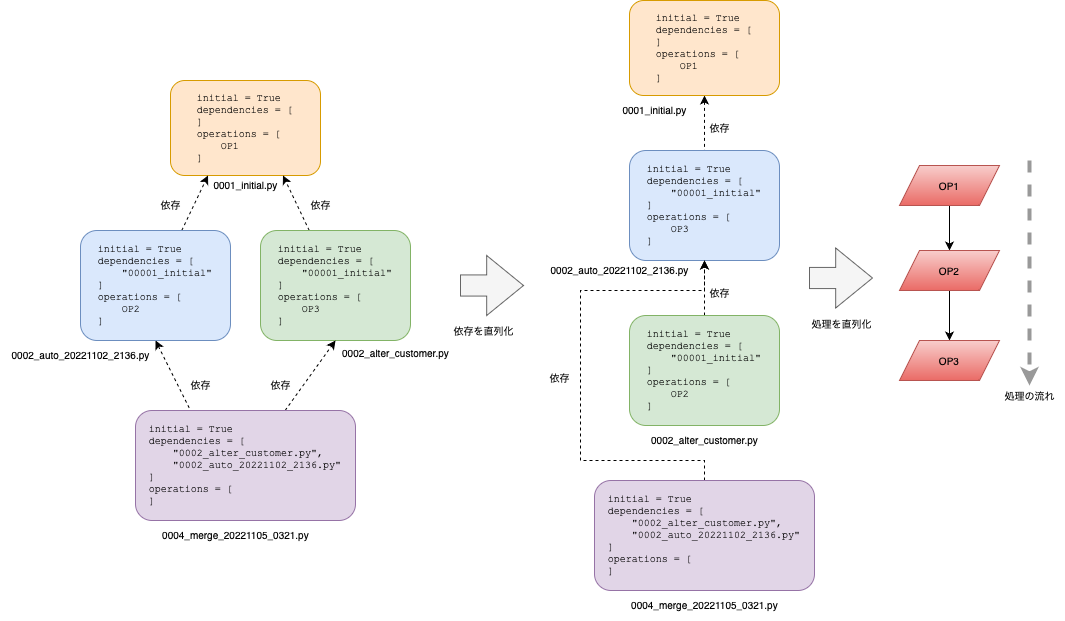
Above: resume/serialize-dependencies.png in yamaneko1212/django-migration-tutorial (draw.io), before the change. Source tidied: cells renumbered, new cells last; positions are measured from the earlier drawing's top-left corner, leaving out a move shared by most shapes.
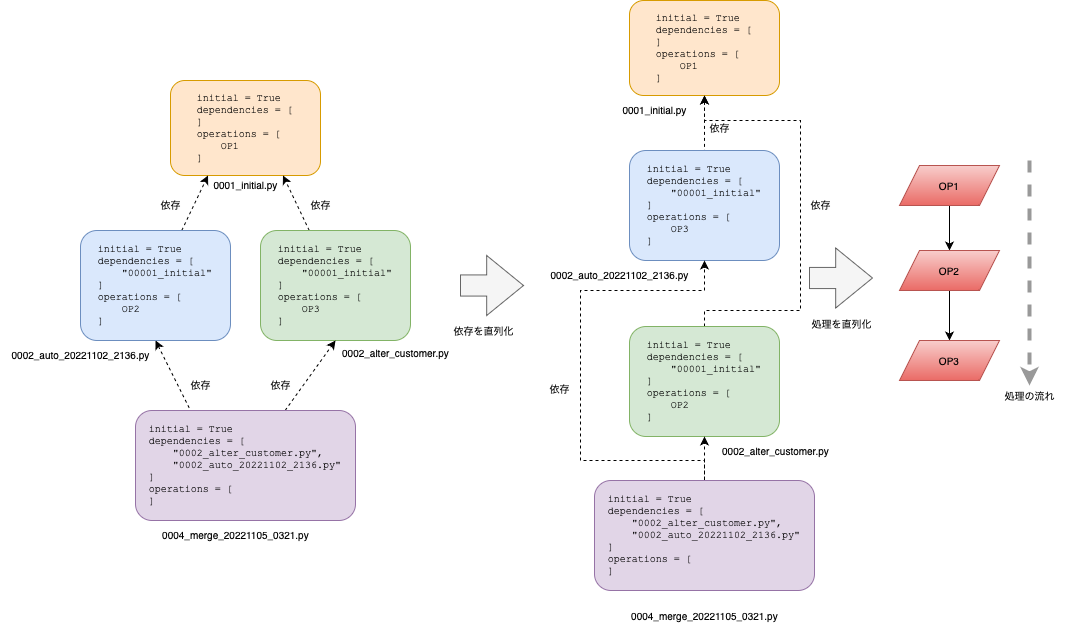
The same diagram one commit later.

Commit message:
画像の誤りを修正

What changed in the source:
```diff
@@ -63,16 +63,23 @@
       <mxGeometry x="629" y="150" width="150" height="110" as="geometry" />
     </mxCell>
     <mxCell id="22" value="&lt;font face=&quot;Helvetica&quot;&gt;0002_auto_20221102_2136.py&lt;/font&gt;" style="text;html=1;align=center;verticalAlign=middle;fillColor=none;strokeColor=none;rounded=0;fontFamily=Courier New;fontSize=10;" parent="1" vertex="1">
-      <mxGeometry x="539" y="255" width="160" height="30" as="geometry" />
+      <mxGeometry x="539" y="259.5" width="160" height="30" as="geometry" />
     </mxCell>
-    <mxCell id="23" style="edgeStyle=none;rounded=0;jettySize=auto;html=1;entryX=0.5;entryY=1;entryDx=0;entryDy=0;dashed=1;fontFamily=Helvetica;fontSize=10;startArrow=none;startFill=0;endArrow=classic;endFill=1;" parent="1" edge="1" source="24" target="21">
-      <mxGeometry relative="1" as="geometry" />
+    <mxCell id="23" style="edgeStyle=orthogonalEdgeStyle;rounded=0;jettySize=auto;html=1;entryX=0.5;entryY=1;entryDx=0;entryDy=0;dashed=1;fontFamily=Helvetica;fontSize=10;startArrow=none;startFill=0;endArrow=classic;endFill=1;" parent="1" edge="1" source="24" target="19">
+      <mxGeometry relative="1" as="geometry">
+        <Array as="points">
+          <mxPoint x="704" y="310" />
+          <mxPoint x="800" y="310" />
+          <mxPoint x="800" y="120" />
+          <mxPoint x="704" y="120" />
+        </Array>
+      </mxGeometry>
     </mxCell>
     <mxCell id="24" value="&lt;div style=&quot;text-align: left;&quot;&gt;initial = True&lt;/div&gt;&lt;div style=&quot;text-align: left;&quot;&gt;dependencies = [&lt;/div&gt;&lt;div style=&quot;text-align: left;&quot;&gt;&amp;nbsp; &amp;nbsp; &quot;00001_initial&quot;&lt;/div&gt;&lt;div style=&quot;text-align: left;&quot;&gt;]&lt;/div&gt;&lt;div style=&quot;text-align: left;&quot;&gt;operations = [&lt;/div&gt;&lt;div style=&quot;text-align: left;&quot;&gt;&amp;nbsp; &amp;nbsp; OP2&lt;/div&gt;&lt;div style=&quot;text-align: left;&quot;&gt;]&lt;/div&gt;" style="rounded=1;whiteSpace=wrap;html=1;fontFamily=Courier New;fontSize=10;fillColor=#d5e8d4;strokeColor=#82b366;" parent="1" vertex="1">
-      <mxGeometry x="629" y="315" width="150" height="110" as="geometry" />
+      <mxGeometry x="629" y="326" width="150" height="110" as="geometry" />
     </mxCell>
     <mxCell id="25" value="&lt;span style=&quot;font-family: Helvetica;&quot;&gt;0002_alter_customer.py&lt;/span&gt;" style="text;html=1;align=center;verticalAlign=middle;fillColor=none;strokeColor=none;rounded=0;fontFamily=Courier New;fontSize=10;" parent="1" vertex="1">
-      <mxGeometry x="639" y="425" width="130" height="30" as="geometry" />
+      <mxGeometry x="710" y="436" width="130" height="30" as="geometry" />
     </mxCell>
     <mxCell id="26" style="edgeStyle=orthogonalEdgeStyle;rounded=0;jettySize=auto;html=1;entryX=0.5;entryY=1;entryDx=0;entryDy=0;dashed=1;fontFamily=Helvetica;fontSize=10;startArrow=none;startFill=0;endArrow=classic;endFill=1;" parent="1" edge="1" source="27" target="21">
       <mxGeometry relative="1" as="geometry">
@@ -84,11 +91,16 @@
         </Array>
       </mxGeometry>
     </mxCell>
+    <mxCell id="43" style="edgeStyle=orthogonalEdgeStyle;rounded=0;jettySize=auto;html=1;entryX=0.5;entryY=1;entryDx=0;entryDy=0;dashed=1;" parent="1" edge="1" target="24">
+      <mxGeometry relative="1" as="geometry">
+        <mxPoint x="704" y="491" as="sourcePoint" />
+      </mxGeometry>
+    </mxCell>
     <mxCell id="27" value="&lt;div style=&quot;text-align: left;&quot;&gt;initial = True&lt;/div&gt;&lt;div style=&quot;text-align: left;&quot;&gt;dependencies = [&lt;/div&gt;&lt;div style=&quot;text-align: left;&quot;&gt;&amp;nbsp; &amp;nbsp; &quot;0002_alter_customer.py&quot;,&lt;/div&gt;&lt;div style=&quot;text-align: left;&quot;&gt;&amp;nbsp; &amp;nbsp; &quot;0002_auto_20221102_2136.py&quot;&lt;/div&gt;&lt;div style=&quot;text-align: left;&quot;&gt;]&lt;/div&gt;&lt;div style=&quot;text-align: left;&quot;&gt;operations = [&lt;/div&gt;&lt;div style=&quot;text-align: left;&quot;&gt;]&lt;/div&gt;" style="rounded=1;whiteSpace=wrap;html=1;fontFamily=Courier New;fontSize=10;fillColor=#e1d5e7;strokeColor=#9673a6;" parent="1" vertex="1">
       <mxGeometry x="594" y="480" width="220" height="110" as="geometry" />
     </mxCell>
     <mxCell id="28" value="&lt;span style=&quot;font-family: Helvetica;&quot;&gt;0004_merge_20221105_0321.py&lt;/span&gt;" style="text;html=1;align=center;verticalAlign=middle;fillColor=none;strokeColor=none;rounded=0;fontFamily=Courier New;fontSize=10;" parent="1" vertex="1">
-      <mxGeometry x="619" y="590" width="170" height="30" as="geometry" />
+      <mxGeometry x="619" y="601" width="170" height="30" as="geometry" />
     </mxCell>
     <mxCell id="29" style="shape=singleArrow;whiteSpace=wrap;html=1;fontFamily=Helvetica;fontSize=10;arrowWidth=0.35238095238095185;arrowSize=0.5844155844155842;fillColor=#f5f5f5;fontColor=#333333;strokeColor=#666666;" parent="1" vertex="1">
       <mxGeometry x="460" y="255" width="63" height="60" as="geometry" />
@@ -118,10 +130,10 @@
       <mxGeometry x="899" y="340" width="100" height="40" as="geometry" />
     </mxCell>
     <mxCell id="38" value="&lt;font face=&quot;Helvetica&quot;&gt;依存&lt;/font&gt;" style="text;html=1;align=center;verticalAlign=middle;fillColor=none;strokeColor=none;rounded=0;fontFamily=Courier New;fontSize=10;" parent="1" vertex="1">
-      <mxGeometry x="539" y="363" width="40" height="30" as="geometry" />
+      <mxGeometry x="539" y="374" width="40" height="30" as="geometry" />
     </mxCell>
     <mxCell id="39" value="&lt;font face=&quot;Helvetica&quot;&gt;依存&lt;/font&gt;" style="text;html=1;align=center;verticalAlign=middle;fillColor=none;strokeColor=none;rounded=0;fontFamily=Courier New;fontSize=10;" parent="1" vertex="1">
-      <mxGeometry x="699" y="277.5" width="40" height="30" as="geometry" />
+      <mxGeometry x="800" y="190" width="40" height="30" as="geometry" />
     </mxCell>
     <mxCell id="40" value="&lt;font face=&quot;Helvetica&quot;&gt;依存&lt;/font&gt;" style="text;html=1;align=center;verticalAlign=middle;fillColor=none;strokeColor=none;rounded=0;fontFamily=Courier New;fontSize=10;" parent="1" vertex="1">
       <mxGeometry x="699" y="112.5" width="40" height="30" as="geometry" />
```
